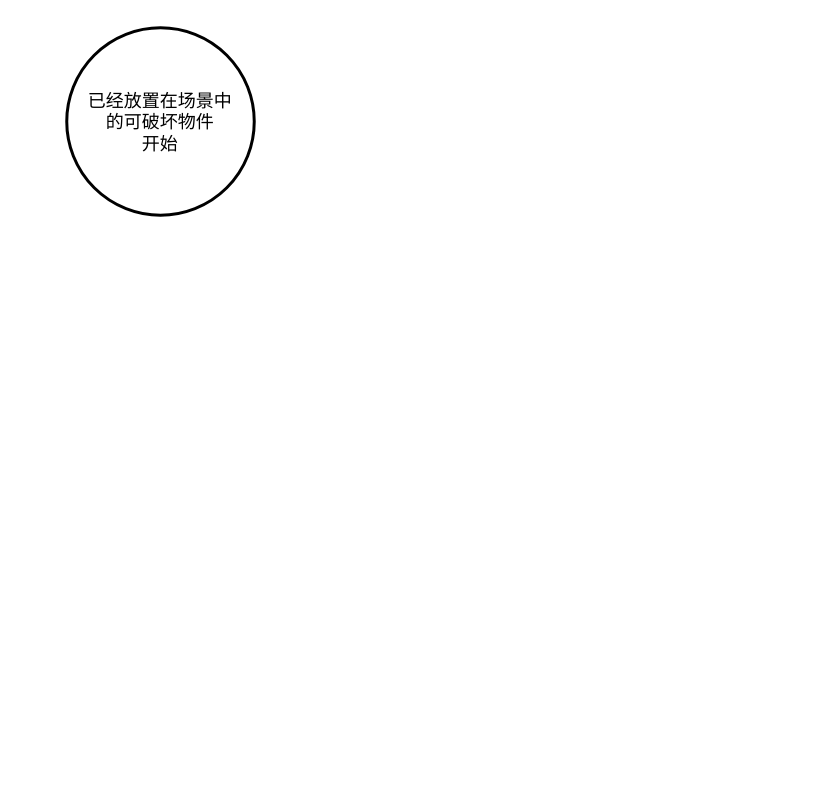
Before: 路边可破坏物件.drawio in LittleTrain0321/15150400109Wy, a draw.io diagram. Source tidied: cells renumbered, new cells numbered last; positions are measured from the earlier drawing's top-left corner, leaving out a move shared by most shapes. Both pictures are drawn from the tidied source at 150%, with x=0, y=0 at pixel (66, 27).
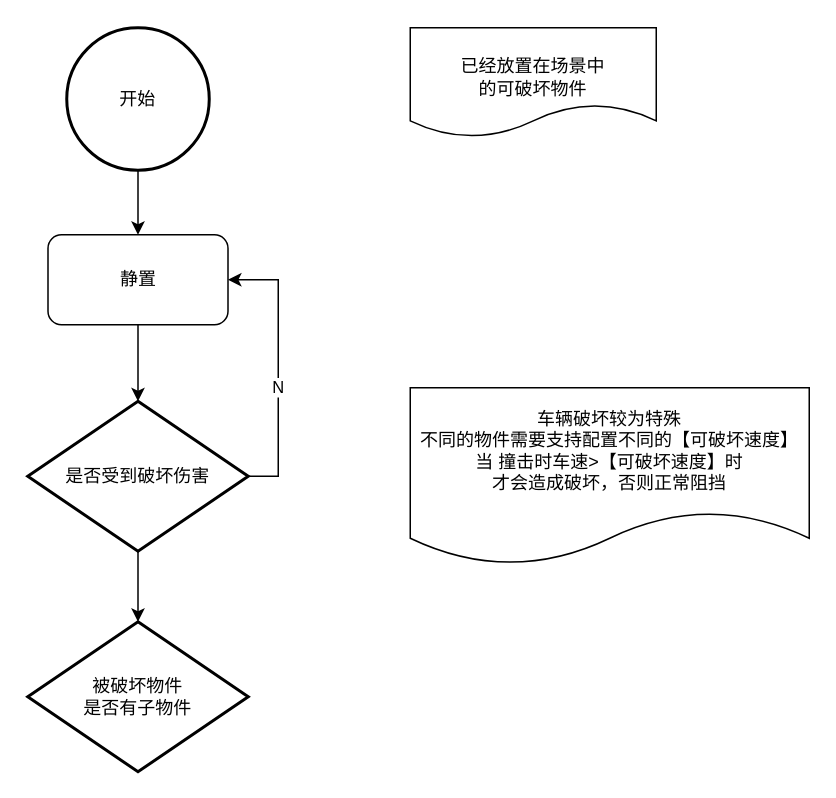
The same diagram, later.

Commit message (it also covers changes not shown here):
更新路边可破坏物件.drawio

The edit, as a diff of the source:
```diff
@@
 <mxGraphModel>
   <root>
     <mxCell id="0" />
     <mxCell id="1" parent="0" />
+    <mxCell id="3" style="edgeStyle=orthogonalEdgeStyle;rounded=0;jettySize=auto;html=1;" parent="1" edge="1" source="2" target="7">
+      <mxGeometry relative="1" as="geometry" />
+    </mxCell>
-    <mxCell id="2" value="&lt;div&gt;已经放置在场景中&lt;/div&gt;&lt;div&gt;的可破坏物件&lt;/div&gt;&lt;div&gt;开始&lt;/div&gt;" style="strokeWidth=2;html=1;shape=mxgraph.flowchart.start_2;whiteSpace=wrap;" parent="1" vertex="1">
-      <mxGeometry width="125" height="125" as="geometry" />
+    <mxCell id="2" value="&lt;div&gt;&lt;span style=&quot;background-color: initial;&quot;&gt;开始&lt;/span&gt;&lt;/div&gt;" style="strokeWidth=2;html=1;shape=mxgraph.flowchart.start_2;whiteSpace=wrap;" parent="1" vertex="1">
+      <mxGeometry width="95" height="95" as="geometry" />
     </mxCell>
+    <mxCell id="4" style="edgeStyle=orthogonalEdgeStyle;rounded=0;jettySize=auto;html=1;exitX=1;exitY=0.5;exitDx=0;exitDy=0;exitPerimeter=0;entryX=1;entryY=0.5;entryDx=0;entryDy=0;" parent="1" edge="1" source="6" target="7">
+      <mxGeometry relative="1" as="geometry" />
+    </mxCell>
+    <mxCell id="5" value="N" style="edgeLabel;html=1;align=center;verticalAlign=middle;" parent="4" vertex="1">
+      <mxGeometry x="-0.16" y="-2" relative="1" as="geometry">
+        <mxPoint x="-3" y="-3" as="offset" />
+      </mxGeometry>
+    </mxCell>
+    <mxCell id="6" value="是否受到破坏伤害" style="strokeWidth=2;html=1;shape=mxgraph.flowchart.decision;whiteSpace=wrap;" parent="1" vertex="1">
+      <mxGeometry x="-26" y="249" width="147" height="100" as="geometry" />
+    </mxCell>
+    <mxCell id="7" value="静置" style="rounded=1;whiteSpace=wrap;html=1;" parent="1" vertex="1">
+      <mxGeometry x="-12.5" y="138" width="120" height="60" as="geometry" />
+    </mxCell>
+    <mxCell id="8" style="edgeStyle=orthogonalEdgeStyle;rounded=0;jettySize=auto;html=1;exitX=0.5;exitY=1;exitDx=0;exitDy=0;entryX=0.5;entryY=0;entryDx=0;entryDy=0;entryPerimeter=0;" parent="1" edge="1" source="7" target="6">
+      <mxGeometry relative="1" as="geometry" />
+    </mxCell>
+    <mxCell id="9" value="车辆破坏较为特殊&lt;div&gt;不同的物件需要支持配置不同的【可破坏速度】&lt;/div&gt;&lt;div&gt;当 撞击时车速&amp;gt;&lt;span style=&quot;background-color: initial;&quot;&gt;【可破坏速度】&lt;/span&gt;时&lt;/div&gt;&lt;div&gt;才会造成破坏，否则正常阻挡&lt;/div&gt;" style="shape=document;whiteSpace=wrap;html=1;boundedLbl=1;" parent="1" vertex="1">
+      <mxGeometry x="229" y="240" width="266" height="118" as="geometry" />
+    </mxCell>
+    <mxCell id="10" value="&lt;div style=&quot;forced-color-adjust: none; color: rgb(0, 0, 0); font-family: Helvetica; font-size: 12px; font-style: normal; font-variant-ligatures: normal; font-variant-caps: normal; font-weight: 400; letter-spacing: normal; orphans: 2; text-align: center; text-indent: 0px; text-transform: none; widows: 2; word-spacing: 0px; -webkit-text-stroke-width: 0px; white-space: normal; background-color: rgb(255, 255, 255); text-decoration-thickness: initial; text-decoration-style: initial; text-decoration-color: initial;&quot;&gt;&lt;br&gt;&lt;/div&gt;" style="text;whiteSpace=wrap;html=1;" parent="1" vertex="1">
+      <mxGeometry x="243" y="34" width="124" height="51" as="geometry" />
+    </mxCell>
+    <mxCell id="11" value="&lt;br&gt;&lt;div style=&quot;forced-color-adjust: none; color: rgb(0, 0, 0); font-family: Helvetica; font-size: 12px; font-style: normal; font-variant-ligatures: normal; font-variant-caps: normal; font-weight: 400; letter-spacing: normal; orphans: 2; text-indent: 0px; text-transform: none; widows: 2; word-spacing: 0px; -webkit-text-stroke-width: 0px; white-space: normal; text-decoration-thickness: initial; text-decoration-style: initial; text-decoration-color: initial; text-align: center; background-color: rgb(255, 255, 255);&quot;&gt;已经放置在场景中&lt;/div&gt;&lt;div style=&quot;forced-color-adjust: none; color: rgb(0, 0, 0); font-family: Helvetica; font-size: 12px; font-style: normal; font-variant-ligatures: normal; font-variant-caps: normal; font-weight: 400; letter-spacing: normal; orphans: 2; text-indent: 0px; text-transform: none; widows: 2; word-spacing: 0px; -webkit-text-stroke-width: 0px; white-space: normal; text-decoration-thickness: initial; text-decoration-style: initial; text-decoration-color: initial; text-align: center; background-color: rgb(255, 255, 255);&quot;&gt;的可破坏物件&lt;/div&gt;" style="shape=document;whiteSpace=wrap;html=1;boundedLbl=1;" parent="1" vertex="1">
+      <mxGeometry x="229" width="164" height="73" as="geometry" />
+    </mxCell>
+    <mxCell id="12" value="被破坏物件&lt;div&gt;是否有子物件&lt;/div&gt;" style="strokeWidth=2;html=1;shape=mxgraph.flowchart.decision;whiteSpace=wrap;" parent="1" vertex="1">
+      <mxGeometry x="-26" y="396" width="147" height="100" as="geometry" />
+    </mxCell>
+    <mxCell id="13" style="edgeStyle=orthogonalEdgeStyle;rounded=0;jettySize=auto;html=1;exitX=0.5;exitY=1;exitDx=0;exitDy=0;exitPerimeter=0;entryX=0.5;entryY=0;entryDx=0;entryDy=0;entryPerimeter=0;" parent="1" edge="1" source="6" target="12">
+      <mxGeometry relative="1" as="geometry" />
+    </mxCell>
   </root>
 </mxGraphModel>
```
